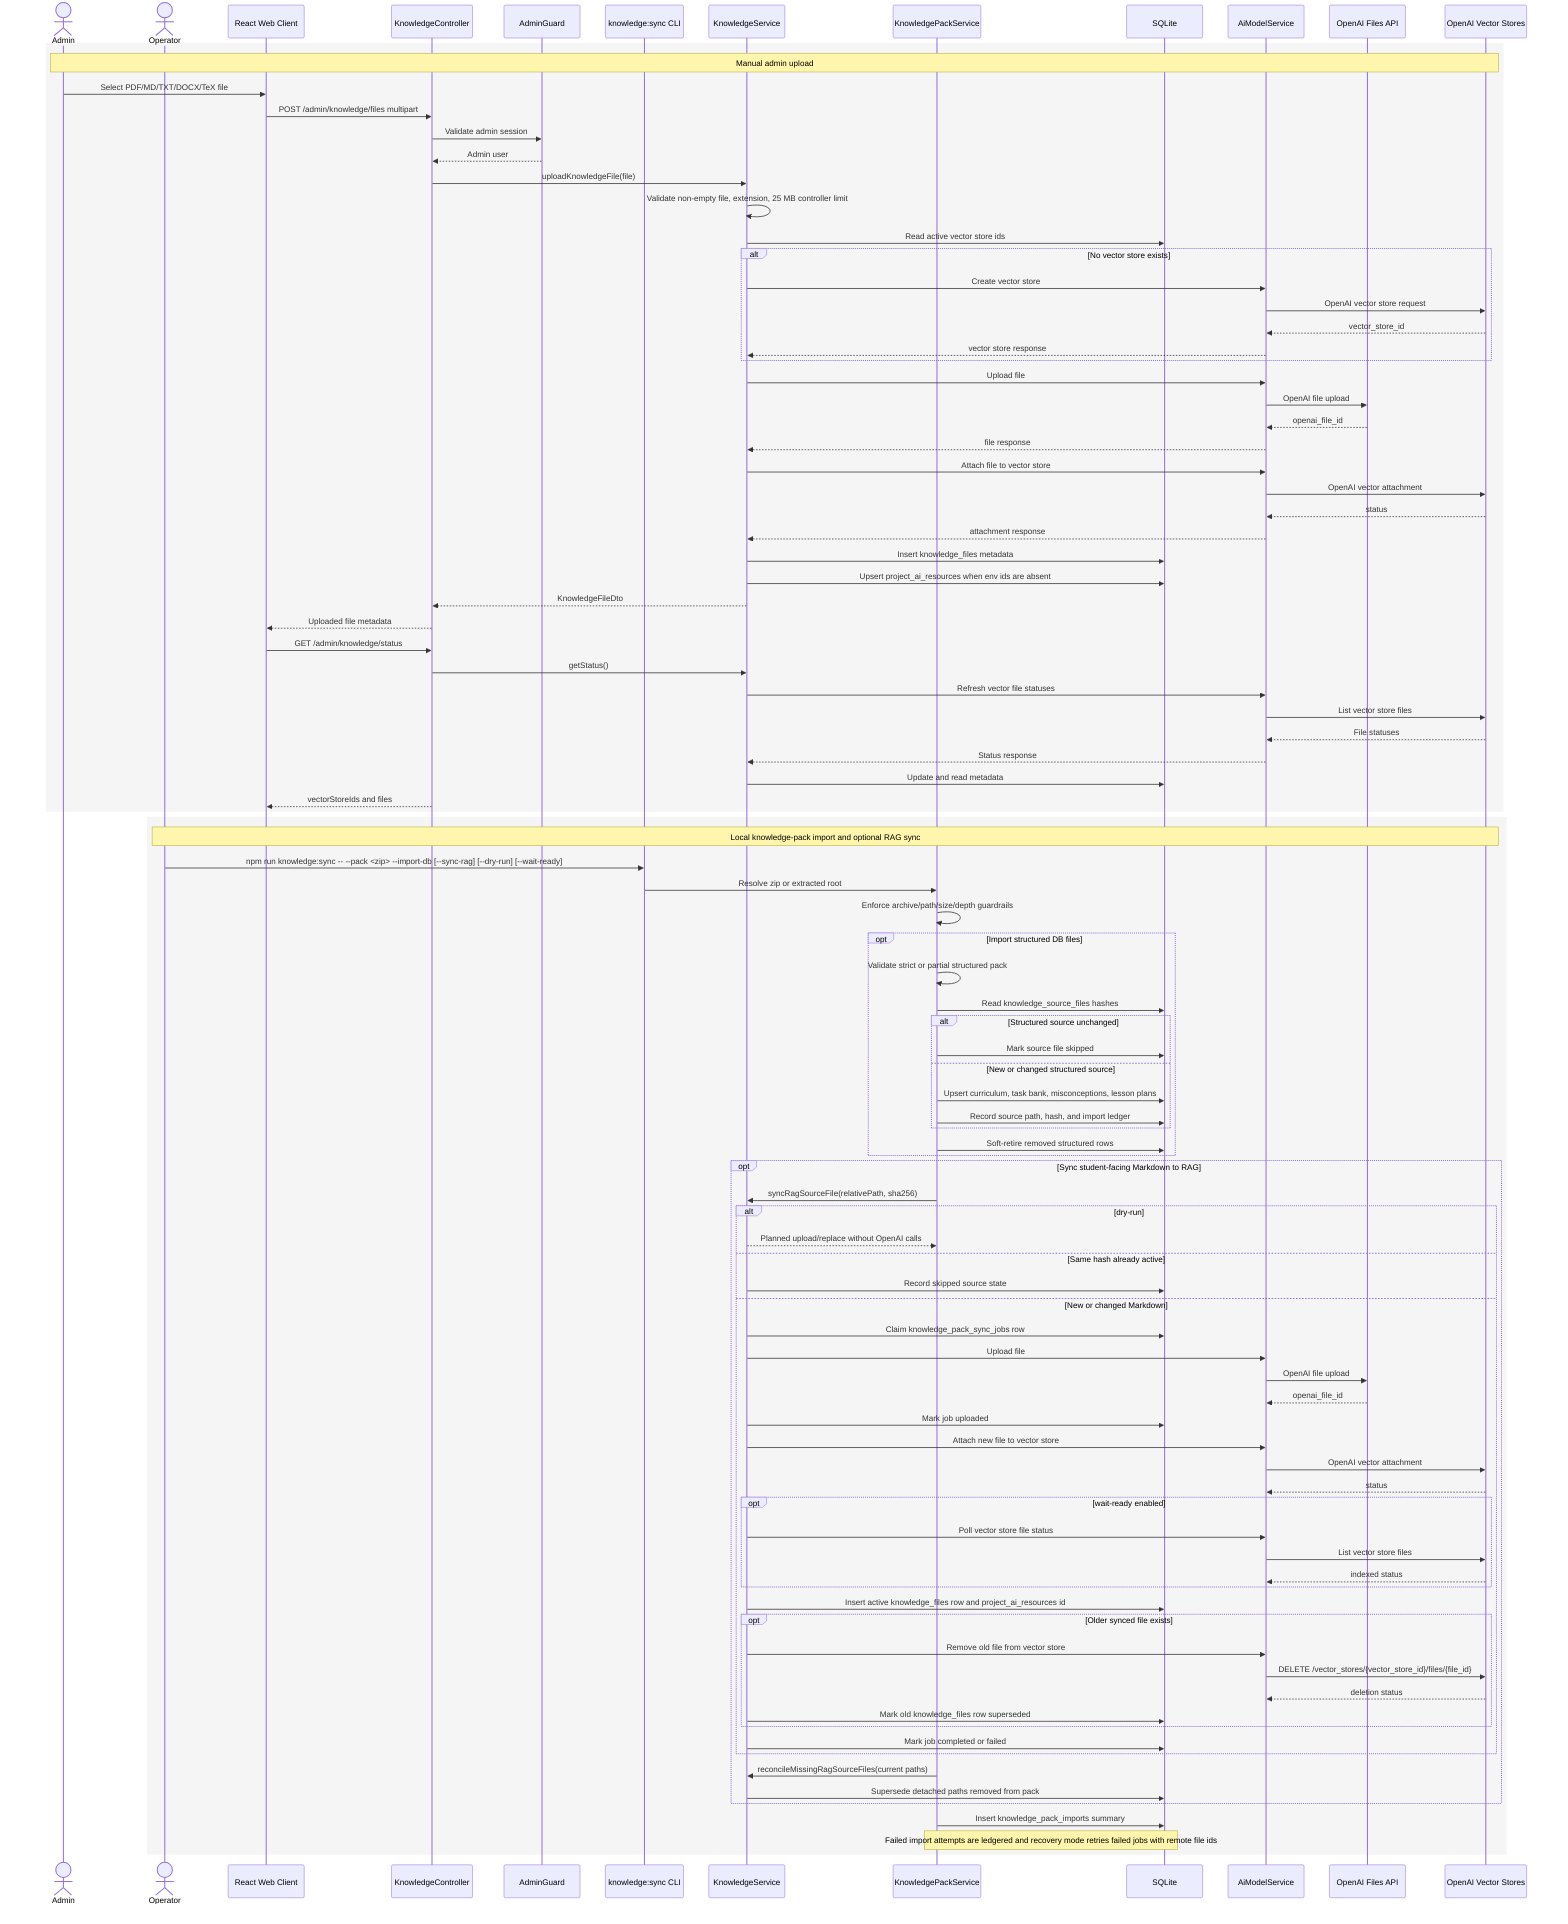
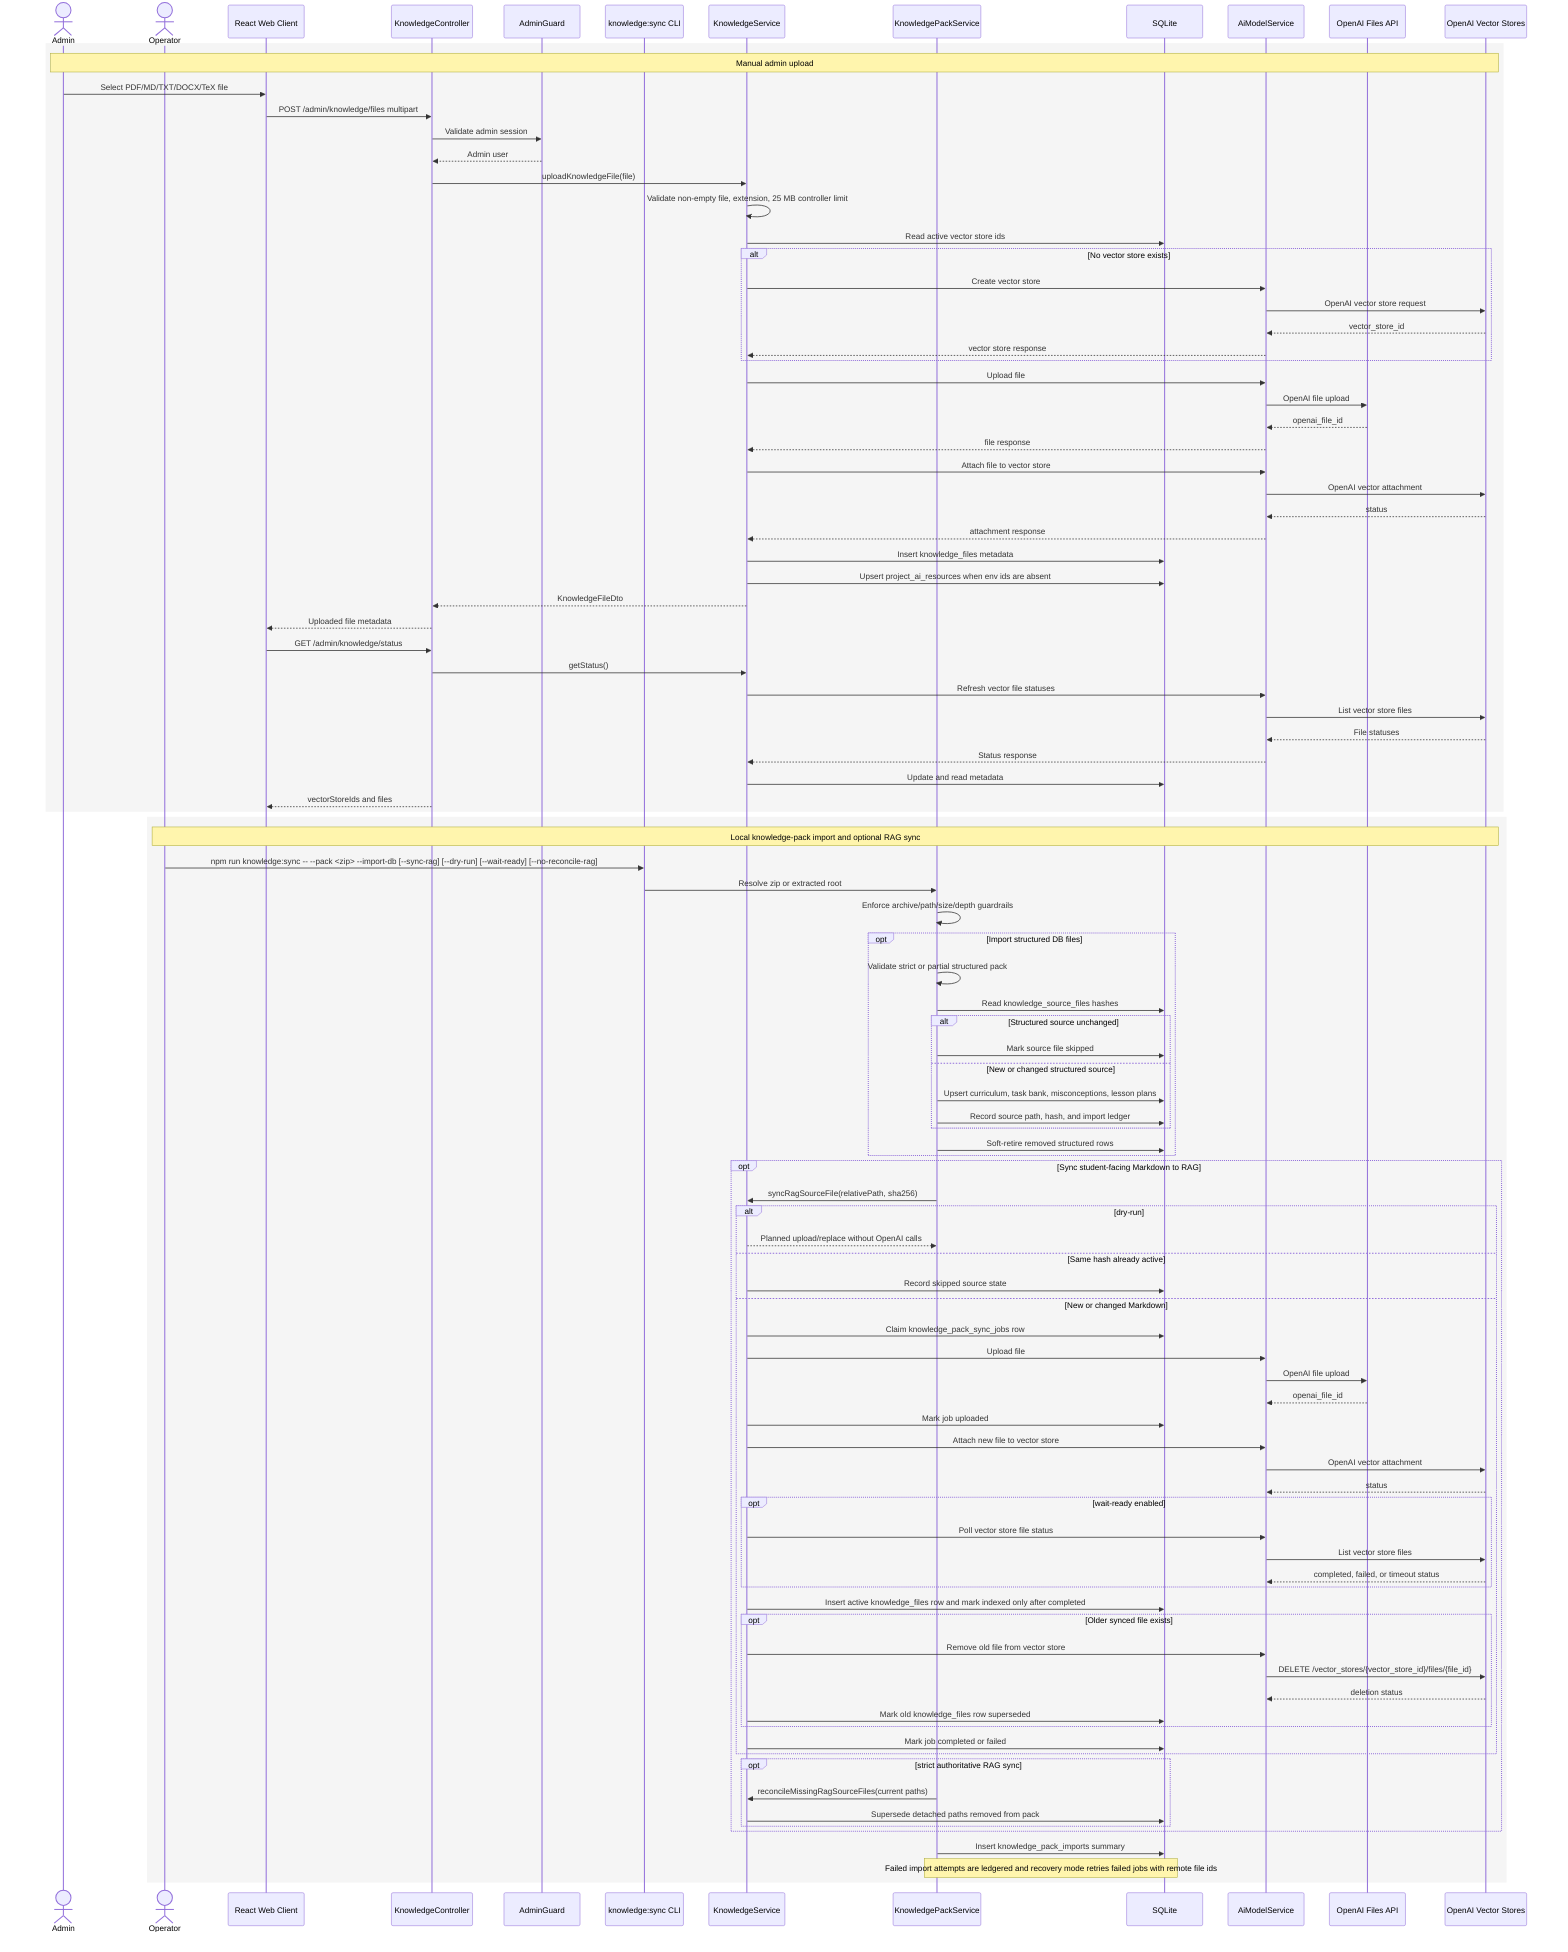
sequenceDiagram
  actor Admin
  actor Operator
  participant Web as React Web Client
  participant API as KnowledgeController
  participant Guard as AdminGuard
  participant CLI as knowledge:sync CLI
  participant Knowledge as KnowledgeService
  participant Pack as KnowledgePackService
  participant DB as SQLite
  participant AIModel as AiModelService
  participant Files as OpenAI Files API
  participant Vectors as OpenAI Vector Stores

  rect rgb(245,245,245)
  Note over Admin,Vectors: Manual admin upload
  Admin->>Web: Select PDF/MD/TXT/DOCX/TeX file
  Web->>API: POST /admin/knowledge/files multipart
  API->>Guard: Validate admin session
  Guard-->>API: Admin user
  API->>Knowledge: uploadKnowledgeFile(file)
  Knowledge->>Knowledge: Validate non-empty file, extension, 25 MB controller limit
  Knowledge->>DB: Read active vector store ids
  alt No vector store exists
    Knowledge->>AIModel: Create vector store
    AIModel->>Vectors: OpenAI vector store request
    Vectors-->>AIModel: vector_store_id
    AIModel-->>Knowledge: vector store response
  end
  Knowledge->>AIModel: Upload file
  AIModel->>Files: OpenAI file upload
  Files-->>AIModel: openai_file_id
  AIModel-->>Knowledge: file response
  Knowledge->>AIModel: Attach file to vector store
  AIModel->>Vectors: OpenAI vector attachment
  Vectors-->>AIModel: status
  AIModel-->>Knowledge: attachment response
  Knowledge->>DB: Insert knowledge_files metadata
  Knowledge->>DB: Upsert project_ai_resources when env ids are absent
  Knowledge-->>API: KnowledgeFileDto
  API-->>Web: Uploaded file metadata
  Web->>API: GET /admin/knowledge/status
  API->>Knowledge: getStatus()
  Knowledge->>AIModel: Refresh vector file statuses
  AIModel->>Vectors: List vector store files
  Vectors-->>AIModel: File statuses
  AIModel-->>Knowledge: Status response
  Knowledge->>DB: Update and read metadata
  API-->>Web: vectorStoreIds and files
  end

  rect rgb(245,245,245)
  Note over Operator,Vectors: Local knowledge-pack import and optional RAG sync
-   Operator->>CLI: npm run knowledge:sync -- --pack <zip> --import-db [--sync-rag] [--dry-run] [--wait-ready]
+   Operator->>CLI: npm run knowledge:sync -- --pack <zip> --import-db [--sync-rag] [--dry-run] [--wait-ready] [--no-reconcile-rag]
  CLI->>Pack: Resolve zip or extracted root
  Pack->>Pack: Enforce archive/path/size/depth guardrails
  opt Import structured DB files
    Pack->>Pack: Validate strict or partial structured pack
    Pack->>DB: Read knowledge_source_files hashes
    alt Structured source unchanged
      Pack->>DB: Mark source file skipped
    else New or changed structured source
      Pack->>DB: Upsert curriculum, task bank, misconceptions, lesson plans
      Pack->>DB: Record source path, hash, and import ledger
    end
    Pack->>DB: Soft-retire removed structured rows
  end
  opt Sync student-facing Markdown to RAG
    Pack->>Knowledge: syncRagSourceFile(relativePath, sha256)
    alt dry-run
      Knowledge-->>Pack: Planned upload/replace without OpenAI calls
    else Same hash already active
      Knowledge->>DB: Record skipped source state
    else New or changed Markdown
      Knowledge->>DB: Claim knowledge_pack_sync_jobs row
      Knowledge->>AIModel: Upload file
      AIModel->>Files: OpenAI file upload
      Files-->>AIModel: openai_file_id
      Knowledge->>DB: Mark job uploaded
      Knowledge->>AIModel: Attach new file to vector store
      AIModel->>Vectors: OpenAI vector attachment
      Vectors-->>AIModel: status
      opt wait-ready enabled
        Knowledge->>AIModel: Poll vector store file status
        AIModel->>Vectors: List vector store files
-         Vectors-->>AIModel: indexed status
+         Vectors-->>AIModel: completed, failed, or timeout status
      end
-       Knowledge->>DB: Insert active knowledge_files row and project_ai_resources id
+       Knowledge->>DB: Insert active knowledge_files row and mark indexed only after completed
      opt Older synced file exists
        Knowledge->>AIModel: Remove old file from vector store
        AIModel->>Vectors: DELETE /vector_stores/{vector_store_id}/files/{file_id}
        Vectors-->>AIModel: deletion status
        Knowledge->>DB: Mark old knowledge_files row superseded
      end
      Knowledge->>DB: Mark job completed or failed
    end
-     Pack->>Knowledge: reconcileMissingRagSourceFiles(current paths)
-     Knowledge->>DB: Supersede detached paths removed from pack
+     opt strict authoritative RAG sync
+       Pack->>Knowledge: reconcileMissingRagSourceFiles(current paths)
+       Knowledge->>DB: Supersede detached paths removed from pack
+     end
  end
  Pack->>DB: Insert knowledge_pack_imports summary
  Note over Pack,DB: Failed import attempts are ledgered and recovery mode retries failed jobs with remote file ids
  end
